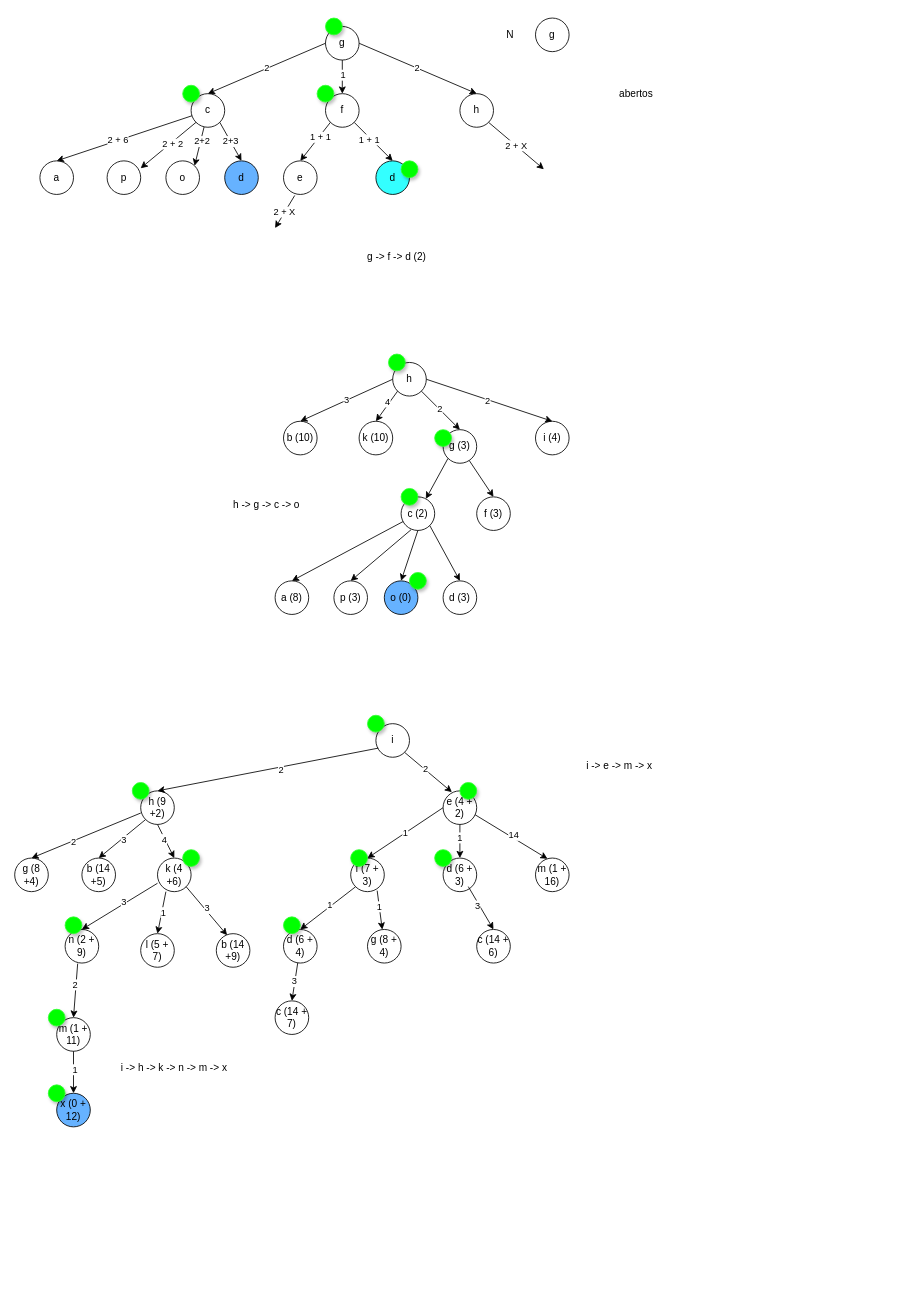
This is page "Page-2" (2 of 4) of docs/rascunho_aula_online.drawio from fbarth/ai-course, a draw.io file, before an edit. Source tidied: cells renumbered, new cells numbered last; positions are measured from the earlier drawing's top-left corner, leaving out a move shared by most shapes. Both pictures are drawn from the tidied source at 84%, with x=0, y=0 at pixel (14, 18).
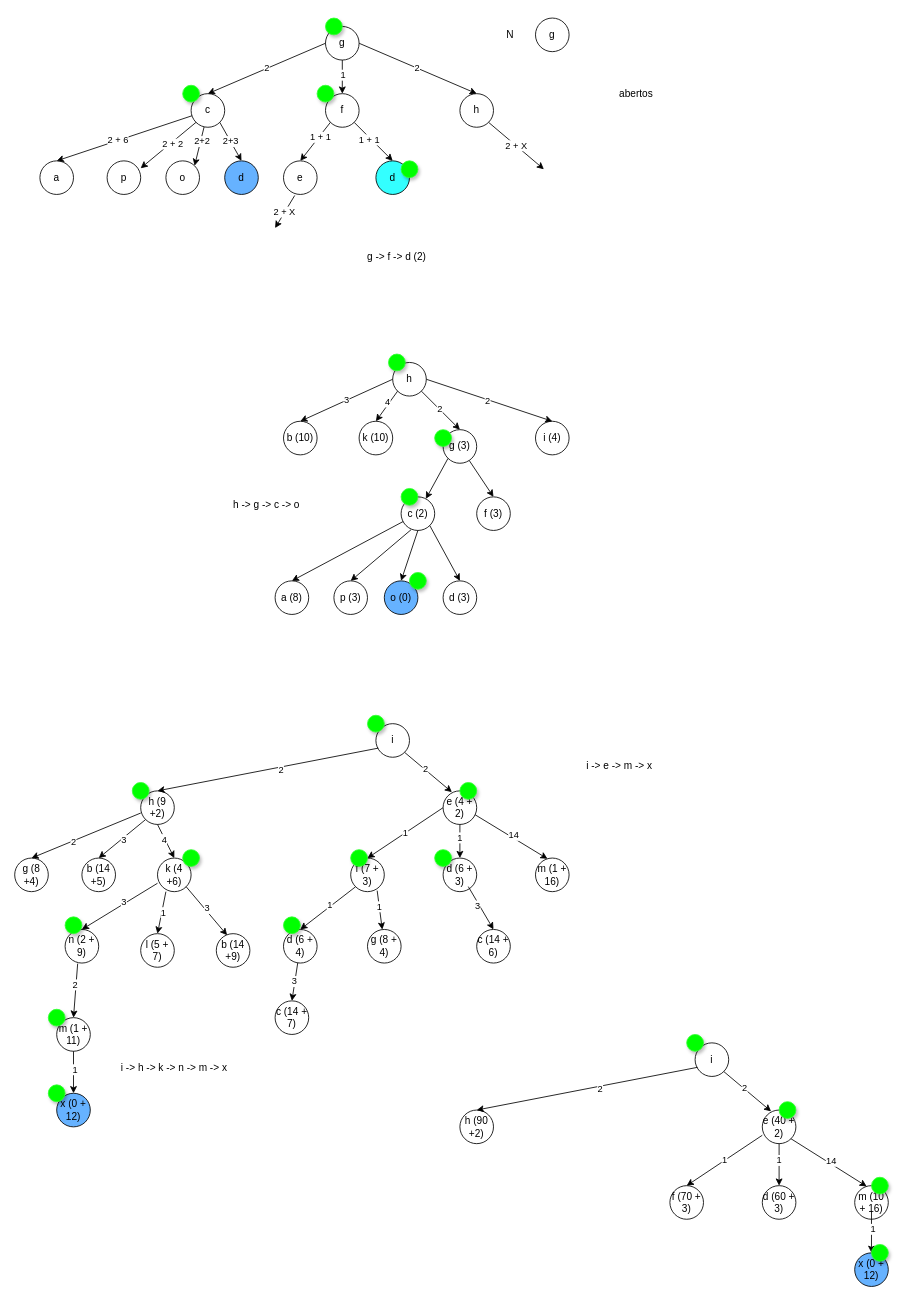
After the change.

What changed in the source:
```diff
@@
+    <mxCell id="129" value="i" style="ellipse;whiteSpace=wrap;html=1;" parent="1" vertex="1">
+      <mxGeometry x="810" y="1220" width="40" height="40" as="geometry" />
+    </mxCell>
+    <mxCell id="130" style="ellipse;whiteSpace=wrap;html=1;shadow=1;strokeColor=#33FF33;fillColor=#00FF00;" parent="1" vertex="1">
+      <mxGeometry x="800" y="1210" width="20" height="20" as="geometry" />
+    </mxCell>
+    <mxCell id="131" value="h (90 +2)" style="ellipse;whiteSpace=wrap;html=1;" parent="1" vertex="1">
+      <mxGeometry x="530" y="1300" width="40" height="40" as="geometry" />
+    </mxCell>
+    <mxCell id="132" value="e (40 + 2)" style="ellipse;whiteSpace=wrap;html=1;" parent="1" vertex="1">
+      <mxGeometry x="890" y="1300" width="40" height="40" as="geometry" />
+    </mxCell>
+    <mxCell id="133" style="endArrow=classic;html=1;exitX=0.072;exitY=0.728;exitDx=0;exitDy=0;exitPerimeter=0;entryX=0.5;entryY=0;entryDx=0;entryDy=0;" parent="1" edge="1" source="129" target="131">
+      <mxGeometry relative="1" as="geometry" />
+    </mxCell>
+    <mxCell id="134" value="2" style="edgeLabel;html=1;align=center;verticalAlign=middle;" parent="133" vertex="1">
+      <mxGeometry x="-0.11" y="3" relative="1" as="geometry" />
+    </mxCell>
+    <mxCell id="135" style="endArrow=classic;html=1;exitX=1;exitY=1;exitDx=0;exitDy=0;entryX=0.262;entryY=0.039;entryDx=0;entryDy=0;entryPerimeter=0;" parent="1" edge="1" source="129" target="132">
+      <mxGeometry relative="1" as="geometry" />
+    </mxCell>
+    <mxCell id="136" value="2" style="edgeLabel;html=1;align=center;verticalAlign=middle;" parent="135" vertex="1">
+      <mxGeometry x="-0.17" y="1" relative="1" as="geometry" />
+    </mxCell>
+    <mxCell id="137" style="ellipse;whiteSpace=wrap;html=1;shadow=1;strokeColor=#33FF33;fillColor=#00FF00;" parent="1" vertex="1">
+      <mxGeometry x="910" y="1290" width="20" height="20" as="geometry" />
+    </mxCell>
+    <mxCell id="138" value="f (70 + 3)" style="ellipse;whiteSpace=wrap;html=1;" parent="1" vertex="1">
+      <mxGeometry x="780" y="1390" width="40" height="40" as="geometry" />
+    </mxCell>
+    <mxCell id="139" value="d (60 + 3)" style="ellipse;whiteSpace=wrap;html=1;" parent="1" vertex="1">
+      <mxGeometry x="890" y="1390" width="40" height="40" as="geometry" />
+    </mxCell>
+    <mxCell id="140" value="m (10 + 16)" style="ellipse;whiteSpace=wrap;html=1;" parent="1" vertex="1">
+      <mxGeometry x="1000" y="1390" width="40" height="40" as="geometry" />
+    </mxCell>
+    <mxCell id="141" value="1" style="endArrow=classic;html=1;exitX=0;exitY=0.5;exitDx=0;exitDy=0;entryX=0.5;entryY=0;entryDx=0;entryDy=0;" parent="1" edge="1" target="138">
+      <mxGeometry relative="1" as="geometry">
+        <mxPoint x="890" y="1330" as="sourcePoint" />
+      </mxGeometry>
+    </mxCell>
+    <mxCell id="142" style="endArrow=classic;html=1;exitX=0.5;exitY=1;exitDx=0;exitDy=0;" parent="1" edge="1" source="132" target="139">
+      <mxGeometry relative="1" as="geometry" />
+    </mxCell>
+    <mxCell id="143" value="1" style="edgeLabel;html=1;align=center;verticalAlign=middle;" parent="142" vertex="1">
+      <mxGeometry x="-0.23" y="-1" relative="1" as="geometry" />
+    </mxCell>
+    <mxCell id="144" style="endArrow=classic;html=1;exitX=1;exitY=1;exitDx=0;exitDy=0;entryX=0.357;entryY=0.022;entryDx=0;entryDy=0;entryPerimeter=0;" parent="1" edge="1" source="132" target="140">
+      <mxGeometry relative="1" as="geometry" />
+    </mxCell>
+    <mxCell id="145" value="14" style="edgeLabel;html=1;align=center;verticalAlign=middle;" parent="144" vertex="1">
+      <mxGeometry x="0.01" y="3" relative="1" as="geometry" />
+    </mxCell>
+    <mxCell id="146" style="ellipse;whiteSpace=wrap;html=1;shadow=1;strokeColor=#33FF33;fillColor=#00FF00;" parent="1" vertex="1">
+      <mxGeometry x="1020" y="1380" width="20" height="20" as="geometry" />
+    </mxCell>
+    <mxCell id="147" value="x (0 + 12)" style="ellipse;whiteSpace=wrap;html=1;fillColor=#66B2FF;" parent="1" vertex="1">
+      <mxGeometry x="1000" y="1470" width="40" height="40" as="geometry" />
+    </mxCell>
+    <mxCell id="148" style="endArrow=classic;html=1;entryX=0.5;entryY=0;entryDx=0;entryDy=0;exitX=0.5;exitY=1;exitDx=0;exitDy=0;" parent="1" edge="1" target="147">
+      <mxGeometry relative="1" as="geometry">
+        <mxPoint x="1020" y="1420" as="sourcePoint" />
+      </mxGeometry>
+    </mxCell>
+    <mxCell id="149" value="1" style="edgeLabel;html=1;align=center;verticalAlign=middle;" parent="148" vertex="1">
+      <mxGeometry x="-0.15" y="1" relative="1" as="geometry" />
+    </mxCell>
+    <mxCell id="150" style="ellipse;whiteSpace=wrap;html=1;shadow=1;strokeColor=#33FF33;fillColor=#00FF00;" parent="1" vertex="1">
+      <mxGeometry x="1020" y="1460" width="20" height="20" as="geometry" />
+    </mxCell>
```
